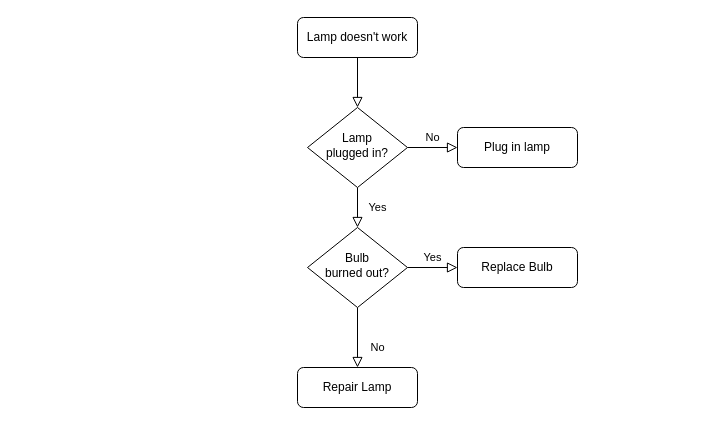
The draw.io diagram Untitled Diagram.drawio in BrianShin86/UdemyPython_AppBrewery, before the edit. Source tidied: cells renumbered, new cells numbered last; positions are measured from the earlier drawing's top-left corner, leaving out a move shared by most shapes. Both pictures are drawn from the tidied source at 100%, with x=0, y=0 at pixel (297, 17).
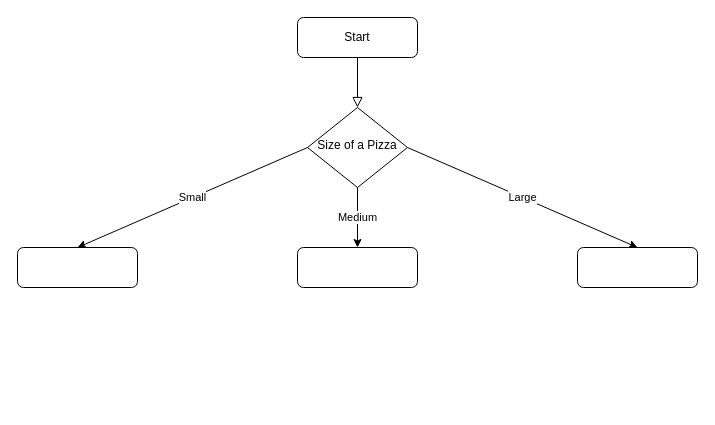
Above is the later version.

Commit message:
Pizza order diagram.drawio

The edit, as a diff of the source:
```diff
@@
 <mxGraphModel>
   <root>
     <mxCell id="0" />
     <mxCell id="1" parent="0" />
     <mxCell id="2" style="rounded=0;html=1;jettySize=auto;fontSize=11;endArrow=block;endFill=0;endSize=8;strokeWidth=1;shadow=0;labelBackgroundColor=none;edgeStyle=orthogonalEdgeStyle;" parent="1" edge="1" source="3" target="6">
       <mxGeometry relative="1" as="geometry" />
     </mxCell>
-    <mxCell id="3" value="Lamp doesn't work" style="rounded=1;whiteSpace=wrap;html=1;fontSize=12;glass=0;strokeWidth=1;shadow=0;" parent="1" vertex="1">
+    <mxCell id="3" value="Start" style="rounded=1;whiteSpace=wrap;html=1;fontSize=12;glass=0;strokeWidth=1;shadow=0;" parent="1" vertex="1">
       <mxGeometry width="120" height="40" as="geometry" />
     </mxCell>
-    <mxCell id="4" value="Yes" style="rounded=0;html=1;jettySize=auto;fontSize=11;endArrow=block;endFill=0;endSize=8;strokeWidth=1;shadow=0;labelBackgroundColor=none;edgeStyle=orthogonalEdgeStyle;" parent="1" edge="1" source="6" target="10">
-      <mxGeometry y="20" relative="1" as="geometry" />
-    </mxCell>
-    <mxCell id="5" value="No" style="edgeStyle=orthogonalEdgeStyle;rounded=0;html=1;jettySize=auto;fontSize=11;endArrow=block;endFill=0;endSize=8;strokeWidth=1;shadow=0;labelBackgroundColor=none;" parent="1" edge="1" source="6" target="7">
-      <mxGeometry y="10" relative="1" as="geometry" />
-    </mxCell>
-    <mxCell id="6" value="Lamp&lt;br&gt;plugged in?" style="rhombus;whiteSpace=wrap;html=1;shadow=0;fontFamily=Helvetica;fontSize=12;align=center;strokeWidth=1;spacing=6;spacingTop=-4;" parent="1" vertex="1">
+    <mxCell id="6" value="Size of a Pizza" style="rhombus;whiteSpace=wrap;html=1;shadow=0;fontFamily=Helvetica;fontSize=12;align=center;strokeWidth=1;spacing=6;spacingTop=-4;" parent="1" vertex="1">
       <mxGeometry x="10" y="90" width="100" height="80" as="geometry" />
     </mxCell>
-    <mxCell id="7" value="Plug in lamp" style="rounded=1;whiteSpace=wrap;html=1;fontSize=12;glass=0;strokeWidth=1;shadow=0;" parent="1" vertex="1">
-      <mxGeometry x="160" y="110" width="120" height="40" as="geometry" />
+    <mxCell id="7" style="rounded=1;whiteSpace=wrap;html=1;fontSize=12;glass=0;strokeWidth=1;shadow=0;" parent="1" vertex="1">
+      <mxGeometry x="280" y="230" width="120" height="40" as="geometry" />
     </mxCell>
-    <mxCell id="8" value="No" style="rounded=0;html=1;jettySize=auto;fontSize=11;endArrow=block;endFill=0;endSize=8;strokeWidth=1;shadow=0;labelBackgroundColor=none;edgeStyle=orthogonalEdgeStyle;" parent="1" edge="1" source="10" target="11">
-      <mxGeometry x="0.33" y="20" relative="1" as="geometry" />
-    </mxCell>
-    <mxCell id="9" value="Yes" style="edgeStyle=orthogonalEdgeStyle;rounded=0;html=1;jettySize=auto;fontSize=11;endArrow=block;endFill=0;endSize=8;strokeWidth=1;shadow=0;labelBackgroundColor=none;" parent="1" edge="1" source="10" target="12">
-      <mxGeometry y="10" relative="1" as="geometry" />
-    </mxCell>
-    <mxCell id="10" value="Bulb&lt;br&gt;burned out?" style="rhombus;whiteSpace=wrap;html=1;shadow=0;fontFamily=Helvetica;fontSize=12;align=center;strokeWidth=1;spacing=6;spacingTop=-4;" parent="1" vertex="1">
-      <mxGeometry x="10" y="210" width="100" height="80" as="geometry" />
-    </mxCell>
-    <mxCell id="11" value="Repair Lamp" style="rounded=1;whiteSpace=wrap;html=1;fontSize=12;glass=0;strokeWidth=1;shadow=0;" parent="1" vertex="1">
-      <mxGeometry y="350" width="120" height="40" as="geometry" />
-    </mxCell>
-    <mxCell id="12" value="Replace Bulb" style="rounded=1;whiteSpace=wrap;html=1;fontSize=12;glass=0;strokeWidth=1;shadow=0;" parent="1" vertex="1">
-      <mxGeometry x="160" y="230" width="120" height="40" as="geometry" />
-    </mxCell>
+    <mxCell id="13" style="rounded=1;whiteSpace=wrap;html=1;" parent="1" vertex="1">
+      <mxGeometry y="230" width="120" height="40" as="geometry" />
+    </mxCell>
+    <mxCell id="14" style="rounded=1;whiteSpace=wrap;html=1;" parent="1" vertex="1">
+      <mxGeometry x="-280" y="230" width="120" height="40" as="geometry" />
+    </mxCell>
+    <mxCell id="15" value="Small" style="endArrow=classic;html=1;rounded=0;exitX=0;exitY=0.5;exitDx=0;exitDy=0;entryX=0.5;entryY=0;entryDx=0;entryDy=0;" parent="1" edge="1" source="6" target="14">
+      <mxGeometry relative="1" as="geometry" />
+    </mxCell>
+    <mxCell id="16" value="Medium" style="endArrow=classic;html=1;rounded=0;exitX=0.5;exitY=1;exitDx=0;exitDy=0;entryX=0.5;entryY=0;entryDx=0;entryDy=0;" parent="1" edge="1" source="6" target="13">
+      <mxGeometry relative="1" as="geometry" />
+    </mxCell>
+    <mxCell id="5" value="Large" style="endArrow=classic;html=1;rounded=0;exitX=1;exitY=0.5;exitDx=0;exitDy=0;entryX=0.5;entryY=0;entryDx=0;entryDy=0;" parent="1" edge="1" source="6" target="7">
+      <mxGeometry relative="1" as="geometry" />
+    </mxCell>
   </root>
 </mxGraphModel>
```
